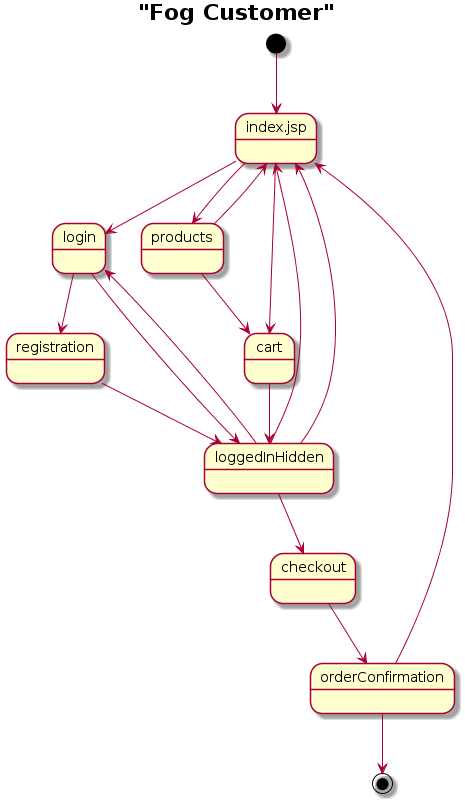
This is NavigationsDiagram Customer.png from MalikSh96/Fog, a PlantUML export, as it was before one commit.
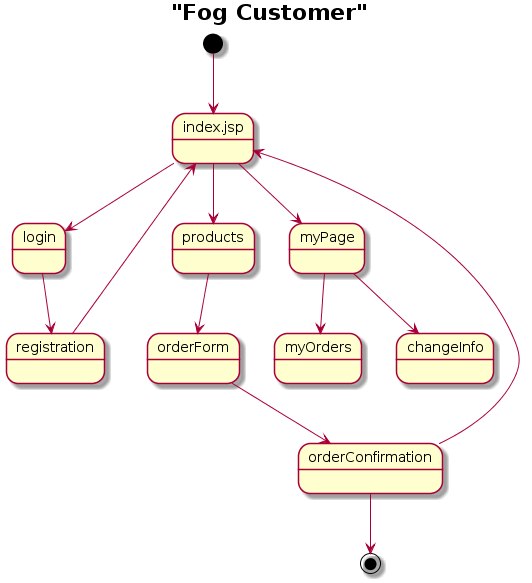
The same file after the commit.

The edit, as a diff of the source:
```diff
@@ -6,17 +6,12 @@
 index.jsp --> login
 index.jsp --> products
 login --> registration
-login --> loggedInHidden
-loggedInHidden --> index.jsp
-registration --> loggedInHidden
-loggedInHidden --> index.jsp
-products --> index.jsp
-index.jsp --> cart
-products --> cart
-cart --> loggedInHidden
-loggedInHidden --> login
-loggedInHidden --> checkout
-checkout --> orderConfirmation
+products --> orderForm
+orderForm --> orderConfirmation
 orderConfirmation --> index.jsp
 orderConfirmation -->[*]
+index.jsp --> myPage
+myPage --> myOrders
+myPage --> changeInfo
+registration --> index.jsp
 @enduml
```
